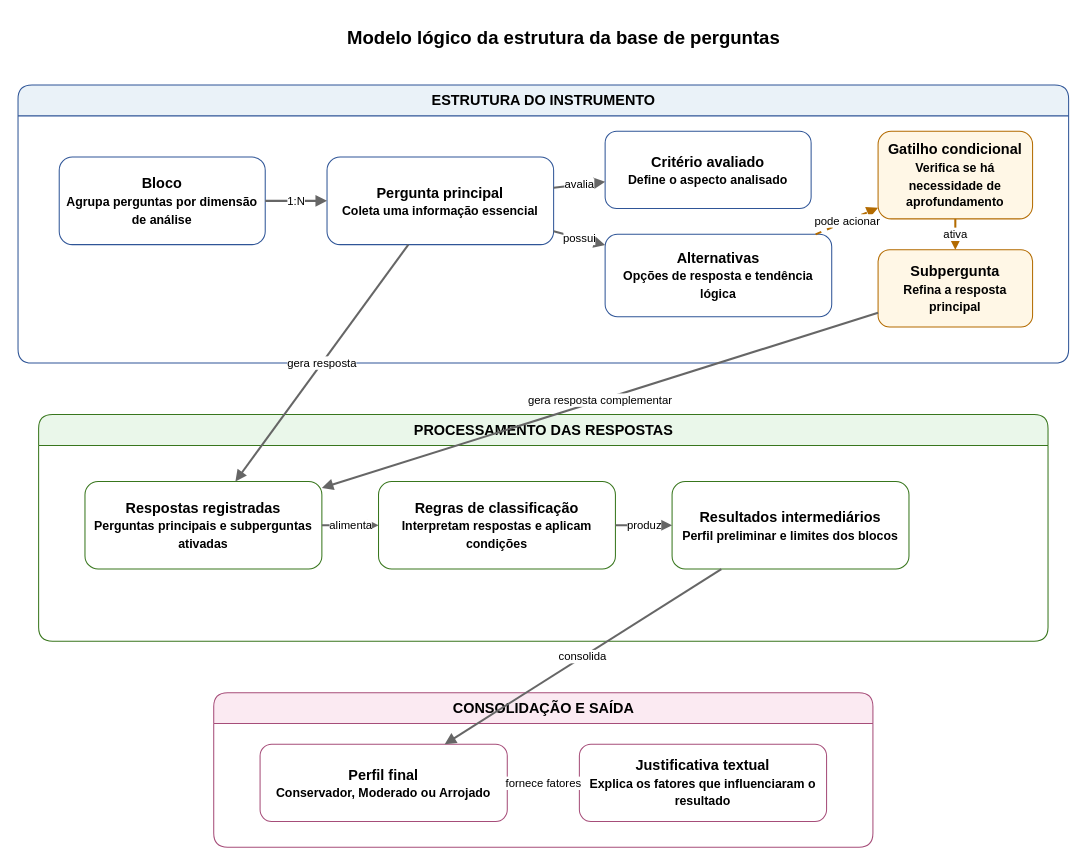
Above: docs/diagramas/figura-3-modelo-logico-base-perguntas.drawio in Gilleade/tcc-perfil-investidor (draw.io), before the change. Source tidied: cells renumbered, new cells numbered last; positions are measured from the earlier drawing's top-left corner, leaving out a move shared by most shapes. Both pictures are drawn from the tidied source at 103%, with x=0, y=0 at pixel (18, 18).
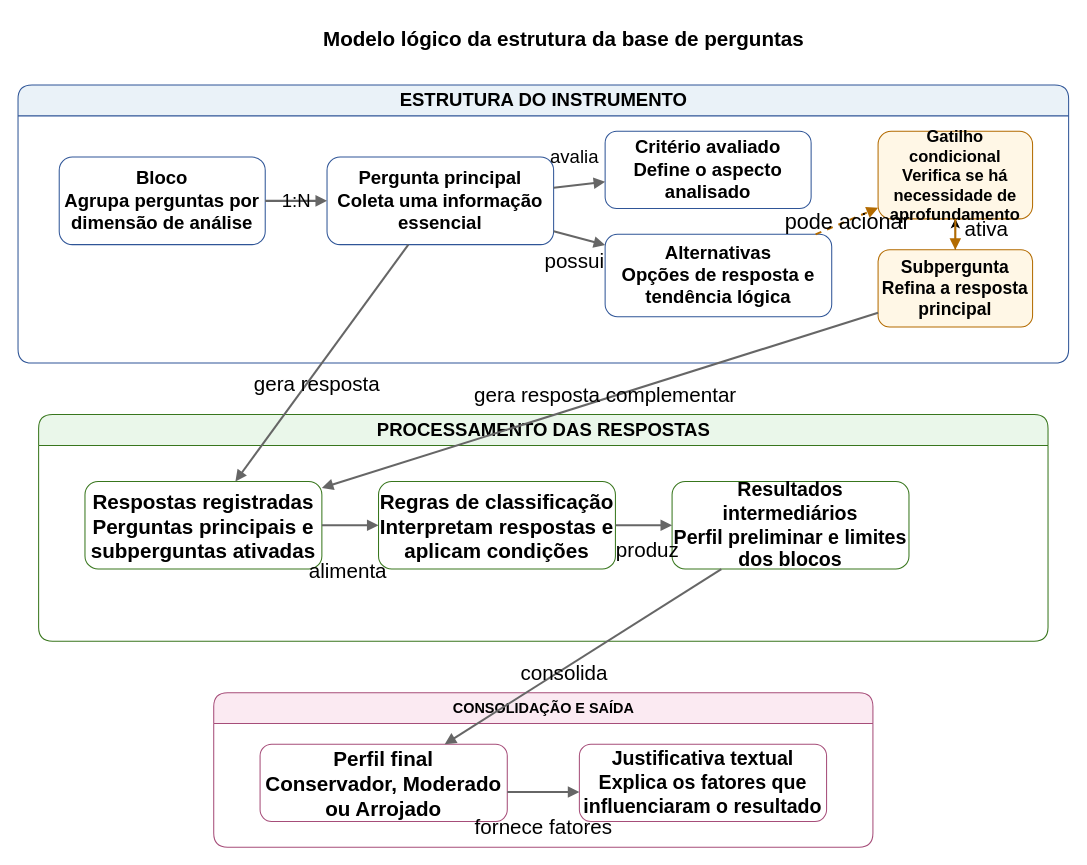
The same diagram, later.

The edit, as a diff of the source:
```diff
@@
-    <mxCell id="2" value="Modelo lógico da estrutura da base de perguntas" style="text;html=1;strokeColor=none;fillColor=none;align=center;verticalAlign=middle;whiteSpace=wrap;fontSize=18;fontStyle=1;" parent="1" vertex="1">
+    <mxCell id="2" value="Modelo lógico da estrutura da base de perguntas" style="text;html=1;strokeColor=none;fillColor=none;align=center;verticalAlign=middle;whiteSpace=wrap;fontSize=20;fontStyle=1;" parent="1" vertex="1">
       <mxGeometry x="170" width="720" height="40" as="geometry" />
     </mxCell>
-    <mxCell id="3" value="ESTRUTURA DO INSTRUMENTO" style="swimlane;html=1;rounded=1;startSize=30;horizontal=1;fillColor=#EAF2F8;strokeColor=#2F5597;fontStyle=1;fontSize=14;" parent="1" vertex="1">
+    <mxCell id="3" value="ESTRUTURA DO INSTRUMENTO" style="swimlane;html=1;rounded=1;startSize=30;horizontal=1;fillColor=#EAF2F8;strokeColor=#2F5597;fontStyle=1;fontSize=18;" parent="1" vertex="1">
       <mxGeometry y="65" width="1020" height="270" as="geometry" />
     </mxCell>
-    <mxCell id="4" value="Bloco&lt;br&gt;&lt;font style=&quot;font-size:12px&quot;&gt;Agrupa perguntas por dimensão de análise&lt;/font&gt;" style="rounded=1;whiteSpace=wrap;html=1;fillColor=#FFFFFF;strokeColor=#2F5597;fontSize=14;fontStyle=1;" parent="3" vertex="1">
+    <mxCell id="4" value="Bloco&lt;br&gt;&lt;font&gt;Agrupa perguntas por dimensão de análise&lt;/font&gt;" style="rounded=1;whiteSpace=wrap;html=1;fillColor=#FFFFFF;strokeColor=#2F5597;fontSize=18;fontStyle=1;" parent="3" vertex="1">
       <mxGeometry x="40" y="70" width="200" height="85" as="geometry" />
     </mxCell>
-    <mxCell id="5" value="Pergunta principal&lt;br&gt;&lt;font style=&quot;font-size:12px&quot;&gt;Coleta uma informação essencial&lt;/font&gt;" style="rounded=1;whiteSpace=wrap;html=1;fillColor=#FFFFFF;strokeColor=#2F5597;fontSize=14;fontStyle=1;" parent="3" vertex="1">
+    <mxCell id="5" value="Pergunta principal&lt;br&gt;&lt;font&gt;Coleta uma informação essencial&lt;/font&gt;" style="rounded=1;whiteSpace=wrap;html=1;fillColor=#FFFFFF;strokeColor=#2F5597;fontSize=18;fontStyle=1;" parent="3" vertex="1">
       <mxGeometry x="300" y="70" width="220" height="85" as="geometry" />
     </mxCell>
-    <mxCell id="6" value="Critério avaliado&lt;br&gt;&lt;font style=&quot;font-size:12px&quot;&gt;Define o aspecto analisado&lt;/font&gt;" style="rounded=1;whiteSpace=wrap;html=1;fillColor=#FFFFFF;strokeColor=#2F5597;fontSize=14;fontStyle=1;" parent="3" vertex="1">
+    <mxCell id="6" value="Critério avaliado&lt;br&gt;&lt;font&gt;Define o aspecto analisado&lt;/font&gt;" style="rounded=1;whiteSpace=wrap;html=1;fillColor=#FFFFFF;strokeColor=#2F5597;fontSize=18;fontStyle=1;" parent="3" vertex="1">
       <mxGeometry x="570" y="45" width="200" height="75" as="geometry" />
     </mxCell>
-    <mxCell id="7" value="Alternativas&lt;br&gt;&lt;font style=&quot;font-size:12px&quot;&gt;Opções de resposta e tendência lógica&lt;/font&gt;" style="rounded=1;whiteSpace=wrap;html=1;fillColor=#FFFFFF;strokeColor=#2F5597;fontSize=14;fontStyle=1;" parent="3" vertex="1">
+    <mxCell id="7" value="Alternativas&lt;br&gt;&lt;font&gt;Opções de resposta e tendência lógica&lt;/font&gt;" style="rounded=1;whiteSpace=wrap;html=1;fillColor=#FFFFFF;strokeColor=#2F5597;fontSize=18;fontStyle=1;" parent="3" vertex="1">
       <mxGeometry x="570" y="145" width="220" height="80" as="geometry" />
     </mxCell>
-    <mxCell id="8" value="Gatilho condicional&lt;br&gt;&lt;font style=&quot;font-size:12px&quot;&gt;Verifica se há necessidade de aprofundamento&lt;/font&gt;" style="rounded=1;whiteSpace=wrap;html=1;fillColor=#FFF7E6;strokeColor=#B36B00;fontSize=14;fontStyle=1;" parent="3" vertex="1">
+    <mxCell id="8" value="Gatilho condicional&lt;br&gt;&lt;font&gt;Verifica se há necessidade de aprofundamento&lt;/font&gt;" style="rounded=1;whiteSpace=wrap;html=1;fillColor=#FFF7E6;strokeColor=#B36B00;fontSize=16;fontStyle=1;" parent="3" vertex="1">
       <mxGeometry x="835" y="45" width="150" height="85" as="geometry" />
     </mxCell>
+    <mxCell id="28" style="edgeStyle=orthogonalEdgeStyle;rounded=0;jettySize=auto;html=1;" parent="3" edge="1" source="9" target="8">
+      <mxGeometry relative="1" as="geometry" />
+    </mxCell>
-    <mxCell id="9" value="Subpergunta&lt;br&gt;&lt;font style=&quot;font-size:12px&quot;&gt;Refina a resposta principal&lt;/font&gt;" style="rounded=1;whiteSpace=wrap;html=1;fillColor=#FFF7E6;strokeColor=#B36B00;fontSize=14;fontStyle=1;" parent="3" vertex="1">
+    <mxCell id="9" value="Subpergunta&lt;br&gt;&lt;font&gt;Refina a resposta principal&lt;/font&gt;" style="rounded=1;whiteSpace=wrap;html=1;fillColor=#FFF7E6;strokeColor=#B36B00;fontSize=17;fontStyle=1;" parent="3" vertex="1">
       <mxGeometry x="835" y="160" width="150" height="75" as="geometry" />
     </mxCell>
-    <mxCell id="10" value="PROCESSAMENTO DAS RESPOSTAS" style="swimlane;html=1;rounded=1;startSize=30;horizontal=1;fillColor=#EAF7EA;strokeColor=#38761D;fontStyle=1;fontSize=14;" parent="1" vertex="1">
-      <mxGeometry x="20" y="385" width="980" height="220" as="geometry" />
-    </mxCell>
-    <mxCell id="11" value="Respostas registradas&lt;br&gt;&lt;font style=&quot;font-size:12px&quot;&gt;Perguntas principais e subperguntas ativadas&lt;/font&gt;" style="rounded=1;whiteSpace=wrap;html=1;fillColor=#FFFFFF;strokeColor=#38761D;fontSize=14;fontStyle=1;" parent="10" vertex="1">
-      <mxGeometry x="45" y="65" width="230" height="85" as="geometry" />
-    </mxCell>
-    <mxCell id="12" value="Regras de classificação&lt;br&gt;&lt;font style=&quot;font-size:12px&quot;&gt;Interpretam respostas e aplicam condições&lt;/font&gt;" style="rounded=1;whiteSpace=wrap;html=1;fillColor=#FFFFFF;strokeColor=#38761D;fontSize=14;fontStyle=1;" parent="10" vertex="1">
-      <mxGeometry x="330" y="65" width="230" height="85" as="geometry" />
-    </mxCell>
-    <mxCell id="13" value="Resultados intermediários&lt;br&gt;&lt;font style=&quot;font-size:12px&quot;&gt;Perfil preliminar e limites dos blocos&lt;/font&gt;" style="rounded=1;whiteSpace=wrap;html=1;fillColor=#FFFFFF;strokeColor=#38761D;fontSize=14;fontStyle=1;" parent="10" vertex="1">
-      <mxGeometry x="615" y="65" width="230" height="85" as="geometry" />
-    </mxCell>
-    <mxCell id="14" value="CONSOLIDAÇÃO E SAÍDA" style="swimlane;html=1;rounded=1;startSize=30;horizontal=1;fillColor=#FBEAF2;strokeColor=#A64D79;fontStyle=1;fontSize=14;" parent="1" vertex="1">
-      <mxGeometry x="190" y="655" width="640" height="150" as="geometry" />
-    </mxCell>
-    <mxCell id="15" value="Perfil final&lt;br&gt;&lt;font style=&quot;font-size:12px&quot;&gt;Conservador, Moderado ou Arrojado&lt;/font&gt;" style="rounded=1;whiteSpace=wrap;html=1;fillColor=#FFFFFF;strokeColor=#A64D79;fontSize=14;fontStyle=1;" parent="14" vertex="1">
-      <mxGeometry x="45" y="50" width="240" height="75" as="geometry" />
-    </mxCell>
-    <mxCell id="16" value="Justificativa textual&lt;br&gt;&lt;font style=&quot;font-size:12px&quot;&gt;Explica os fatores que influenciaram o resultado&lt;/font&gt;" style="rounded=1;whiteSpace=wrap;html=1;fillColor=#FFFFFF;strokeColor=#A64D79;fontSize=14;fontStyle=1;" parent="14" vertex="1">
-      <mxGeometry x="355" y="50" width="240" height="75" as="geometry" />
-    </mxCell>
-    <mxCell id="17" value="1:N" style="endArrow=block;html=1;strokeWidth=2;strokeColor=#666666;fontSize=11;" parent="3" edge="1" source="4" target="5">
+    <mxCell id="17" value="1:N" style="endArrow=block;html=1;strokeWidth=2;strokeColor=#666666;fontSize=18;labelBackgroundColor=none;" parent="3" edge="1" source="4" target="5">
       <mxGeometry relative="1" as="geometry" />
     </mxCell>
-    <mxCell id="18" value="avalia" style="endArrow=block;html=1;strokeWidth=2;strokeColor=#666666;fontSize=11;" parent="3" edge="1" source="5" target="6">
-      <mxGeometry relative="1" as="geometry" />
+    <mxCell id="18" value="avalia" style="endArrow=block;html=1;strokeWidth=2;strokeColor=#666666;fontSize=18;labelBackgroundColor=none;" parent="3" edge="1" source="5" target="6">
+      <mxGeometry x="-0.07" y="27" relative="1" as="geometry" />
     </mxCell>
-    <mxCell id="19" value="possui" style="endArrow=block;html=1;strokeWidth=2;strokeColor=#666666;fontSize=11;" parent="3" edge="1" source="5" target="7">
-      <mxGeometry relative="1" as="geometry" />
+    <mxCell id="19" value="possui" style="endArrow=block;html=1;strokeWidth=2;strokeColor=#666666;fontSize=20;labelBackgroundColor=none;" parent="3" edge="1" source="5" target="7">
+      <mxGeometry x="0.03" y="-22" relative="1" as="geometry" />
     </mxCell>
-    <mxCell id="20" value="pode acionar" style="endArrow=block;html=1;strokeWidth=2;strokeColor=#B36B00;fontSize=11;dashed=1;" parent="3" edge="1" source="7" target="8">
+    <mxCell id="20" value="pode acionar" style="endArrow=block;html=1;strokeWidth=2;strokeColor=#B36B00;fontSize=21;dashed=1;labelBackgroundColor=none;" parent="3" edge="1" source="7" target="8">
       <mxGeometry relative="1" as="geometry" />
     </mxCell>
-    <mxCell id="21" value="ativa" style="endArrow=block;html=1;strokeWidth=2;strokeColor=#B36B00;fontSize=11;" parent="3" edge="1" source="8" target="9">
-      <mxGeometry relative="1" as="geometry" />
+    <mxCell id="21" value="ativa" style="endArrow=block;html=1;strokeWidth=2;strokeColor=#B36B00;fontSize=20;labelBackgroundColor=none;" parent="3" edge="1" source="8" target="9">
+      <mxGeometry x="-0.33" y="30" relative="1" as="geometry">
+        <mxPoint y="-1" as="offset" />
+      </mxGeometry>
     </mxCell>
+    <mxCell id="10" value="PROCESSAMENTO DAS RESPOSTAS" style="swimlane;html=1;rounded=1;startSize=30;horizontal=1;fillColor=#EAF7EA;strokeColor=#38761D;fontStyle=1;fontSize=18;" parent="1" vertex="1">
+      <mxGeometry x="20" y="385" width="980" height="220" as="geometry" />
+    </mxCell>
+    <mxCell id="11" value="Respostas registradas&lt;br&gt;&lt;font&gt;Perguntas principais e subperguntas ativadas&lt;/font&gt;" style="rounded=1;whiteSpace=wrap;html=1;fillColor=#FFFFFF;strokeColor=#38761D;fontSize=20;fontStyle=1;" parent="10" vertex="1">
+      <mxGeometry x="45" y="65" width="230" height="85" as="geometry" />
+    </mxCell>
+    <mxCell id="12" value="Regras de classificação&lt;br&gt;&lt;font&gt;Interpretam respostas e aplicam condições&lt;/font&gt;" style="rounded=1;whiteSpace=wrap;html=1;fillColor=#FFFFFF;strokeColor=#38761D;fontSize=20;fontStyle=1;" parent="10" vertex="1">
+      <mxGeometry x="330" y="65" width="230" height="85" as="geometry" />
+    </mxCell>
+    <mxCell id="13" value="Resultados intermediários&lt;br&gt;&lt;font&gt;Perfil preliminar e limites dos blocos&lt;/font&gt;" style="rounded=1;whiteSpace=wrap;html=1;fillColor=#FFFFFF;strokeColor=#38761D;fontSize=19;fontStyle=1;" parent="10" vertex="1">
+      <mxGeometry x="615" y="65" width="230" height="85" as="geometry" />
+    </mxCell>
+    <mxCell id="24" value="alimenta" style="endArrow=block;html=1;strokeWidth=2;strokeColor=#666666;fontSize=20;labelBackgroundColor=none;" parent="10" edge="1" source="11" target="12">
+      <mxGeometry x="-0.09" y="-42" relative="1" as="geometry">
+        <mxPoint y="1" as="offset" />
+      </mxGeometry>
+    </mxCell>
+    <mxCell id="25" value="produz" style="endArrow=block;html=1;strokeWidth=2;strokeColor=#666666;fontSize=20;labelBackgroundColor=none;" parent="10" edge="1" source="12" target="13">
+      <mxGeometry x="0.09" y="-22" relative="1" as="geometry">
+        <mxPoint x="1" y="1" as="offset" />
+      </mxGeometry>
+    </mxCell>
+    <mxCell id="14" value="CONSOLIDAÇÃO E SAÍDA" style="swimlane;html=1;rounded=1;startSize=30;horizontal=1;fillColor=#FBEAF2;strokeColor=#A64D79;fontStyle=1;fontSize=14;" parent="1" vertex="1">
+      <mxGeometry x="190" y="655" width="640" height="150" as="geometry" />
+    </mxCell>
+    <mxCell id="15" value="Perfil final&lt;br&gt;&lt;font&gt;Conservador, Moderado ou Arrojado&lt;/font&gt;" style="rounded=1;whiteSpace=wrap;html=1;fillColor=#FFFFFF;strokeColor=#A64D79;fontSize=20;fontStyle=1;" parent="14" vertex="1">
+      <mxGeometry x="45" y="50" width="240" height="75" as="geometry" />
+    </mxCell>
+    <mxCell id="16" value="Justificativa textual&lt;br&gt;&lt;font&gt;Explica os fatores que influenciaram o resultado&lt;/font&gt;" style="rounded=1;whiteSpace=wrap;html=1;fillColor=#FFFFFF;strokeColor=#A64D79;fontSize=19;fontStyle=1;" parent="14" vertex="1">
+      <mxGeometry x="355" y="50" width="240" height="75" as="geometry" />
+    </mxCell>
+    <mxCell id="27" value="fornece fatores" style="endArrow=block;html=1;strokeWidth=2;strokeColor=#666666;fontSize=20;labelBackgroundColor=none;" parent="14" edge="1">
+      <mxGeometry y="-32" relative="1" as="geometry">
+        <mxPoint x="285" y="96.5" as="sourcePoint" />
+        <mxPoint x="355" y="96.5" as="targetPoint" />
+        <mxPoint y="1" as="offset" />
+      </mxGeometry>
+    </mxCell>
-    <mxCell id="22" value="gera resposta" style="endArrow=block;html=1;strokeWidth=2;strokeColor=#666666;fontSize=11;" parent="1" edge="1" source="5" target="11">
-      <mxGeometry relative="1" as="geometry" />
+    <mxCell id="22" value="gera resposta" style="endArrow=block;html=1;strokeWidth=2;strokeColor=#666666;fontSize=20;labelBackgroundColor=none;" parent="1" edge="1" source="5" target="11">
+      <mxGeometry x="0.13" y="8" relative="1" as="geometry" />
     </mxCell>
-    <mxCell id="23" value="gera resposta complementar" style="endArrow=block;html=1;strokeWidth=2;strokeColor=#666666;fontSize=11;" parent="1" edge="1" source="9" target="11">
-      <mxGeometry relative="1" as="geometry" />
+    <mxCell id="23" value="gera resposta complementar" style="endArrow=block;html=1;strokeWidth=2;strokeColor=#666666;fontSize=20;labelBackgroundColor=none;" parent="1" edge="1" source="9" target="11">
+      <mxGeometry x="-0.02" y="-4" relative="1" as="geometry">
+        <mxPoint y="-1" as="offset" />
+      </mxGeometry>
     </mxCell>
-    <mxCell id="24" value="alimenta" style="endArrow=block;html=1;strokeWidth=2;strokeColor=#666666;fontSize=11;" parent="10" edge="1" source="11" target="12">
-      <mxGeometry relative="1" as="geometry" />
-    </mxCell>
-    <mxCell id="25" value="produz" style="endArrow=block;html=1;strokeWidth=2;strokeColor=#666666;fontSize=11;" parent="10" edge="1" source="12" target="13">
-      <mxGeometry relative="1" as="geometry" />
-    </mxCell>
-    <mxCell id="26" value="consolida" style="endArrow=block;html=1;strokeWidth=2;strokeColor=#666666;fontSize=11;" parent="1" edge="1" source="13" target="15">
-      <mxGeometry relative="1" as="geometry" />
+    <mxCell id="26" value="consolida" style="endArrow=block;html=1;strokeWidth=2;strokeColor=#666666;fontSize=20;labelBackgroundColor=none;" parent="1" edge="1" source="13" target="15">
+      <mxGeometry x="0.15" y="3" relative="1" as="geometry" />
     </mxCell>
-    <mxCell id="27" value="fornece fatores" style="endArrow=block;html=1;strokeWidth=2;strokeColor=#666666;fontSize=11;" parent="14" edge="1" source="15" target="16">
-      <mxGeometry relative="1" as="geometry" />
-    </mxCell>
```
